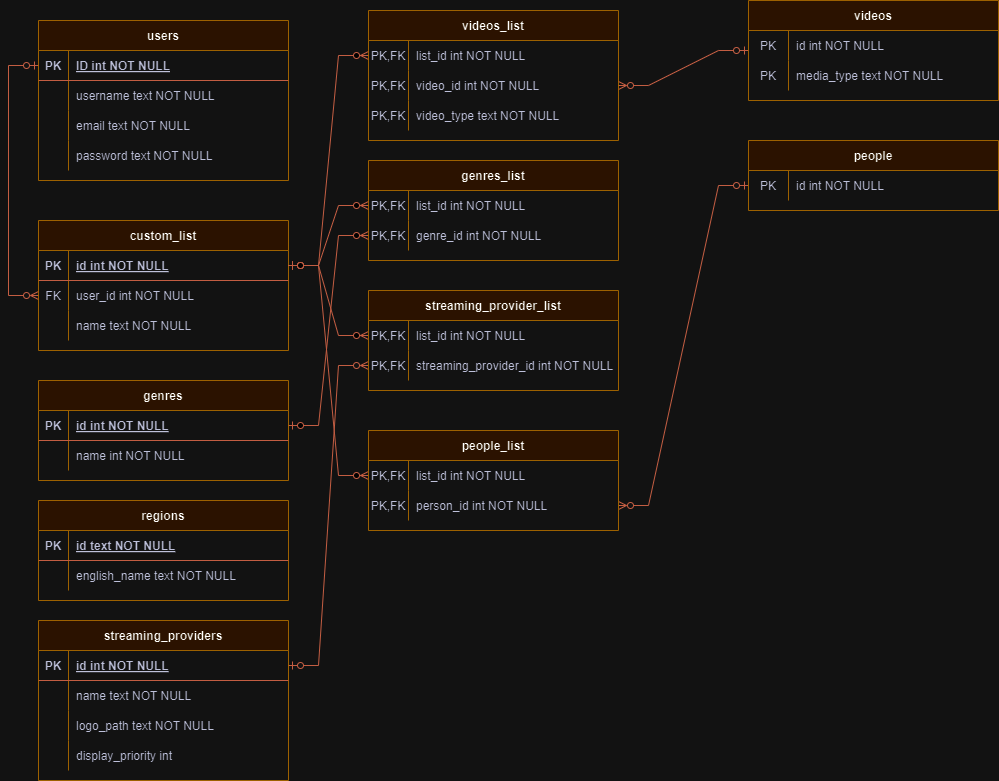
Earlier version of the draw.io export schema.png (jesus-b32/Global-Streaming-Search). Source tidied: cells renumbered, new cells last; positions are measured from the earlier drawing's top-left corner, leaving out a move shared by most shapes.
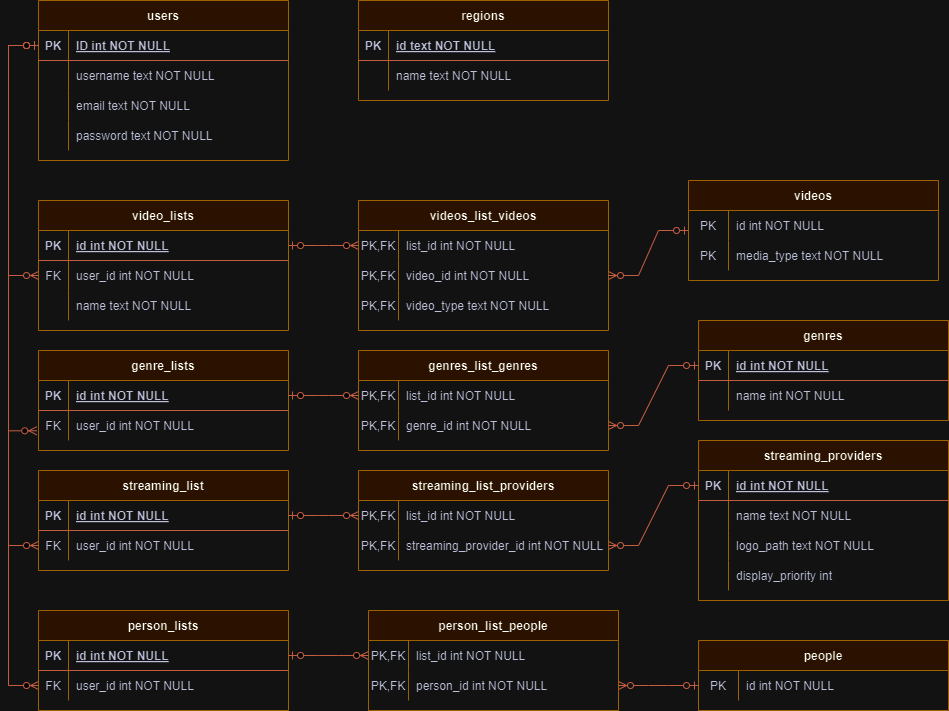
The same diagram one commit later.

Commit message:
updated my schema to reflect models I am working on

The edit, as a diff of the source:
```diff
@@ -5,3 +5,3 @@
     <mxCell id="2" value="genres" style="shape=table;startSize=30;rowLines=0;fontStyle=1;align=center;labelBackgroundColor=none;fillColor=#ffe6cc;strokeColor=#d79b00;" parent="1" vertex="1">
-      <mxGeometry x="30" y="380" width="250" height="100" as="geometry" />
+      <mxGeometry x="690" y="340" width="250" height="100" as="geometry" />
     </mxCell>
@@ -65,3 +65,3 @@
     <mxCell id="22" value="streaming_providers" style="shape=table;startSize=30;rowLines=0;fontStyle=1;align=center;labelBackgroundColor=none;fillColor=#ffe6cc;strokeColor=#d79b00;" parent="1" vertex="1">
-      <mxGeometry x="30" y="620" width="250" height="160" as="geometry" />
+      <mxGeometry x="690" y="460" width="250" height="160" as="geometry" />
     </mxCell>
@@ -104,3 +104,3 @@
     <mxCell id="35" value="regions" style="shape=table;startSize=30;rowLines=0;fontStyle=1;align=center;labelBackgroundColor=none;fillColor=#ffe6cc;strokeColor=#d79b00;" parent="1" vertex="1">
-      <mxGeometry x="30" y="500" width="250" height="100" as="geometry" />
+      <mxGeometry x="350" y="20" width="250" height="100" as="geometry" />
     </mxCell>
@@ -121,7 +121,7 @@
     </mxCell>
-    <mxCell id="41" value="english_name text NOT NULL" style="shape=partialRectangle;overflow=hidden;fillColor=none;top=0;left=0;bottom=0;right=0;align=left;spacingLeft=6;labelBackgroundColor=none;strokeColor=#E07A5F;fontColor=#393C56;" parent="39" vertex="1">
+    <mxCell id="41" value="name text NOT NULL" style="shape=partialRectangle;overflow=hidden;fillColor=none;top=0;left=0;bottom=0;right=0;align=left;spacingLeft=6;labelBackgroundColor=none;strokeColor=#E07A5F;fontColor=#393C56;" parent="39" vertex="1">
       <mxGeometry x="30" width="220" height="30" as="geometry" />
     </mxCell>
-    <mxCell id="42" value="videos_list" style="shape=table;startSize=30;rowLines=0;fontStyle=1;align=center;labelBackgroundColor=none;fillColor=#ffe6cc;strokeColor=#d79b00;" parent="1" vertex="1">
-      <mxGeometry x="360" y="10" width="250" height="130" as="geometry" />
+    <mxCell id="42" value="videos_list_videos" style="shape=table;startSize=30;rowLines=0;fontStyle=1;align=center;labelBackgroundColor=none;fillColor=#ffe6cc;strokeColor=#d79b00;" parent="1" vertex="1">
+      <mxGeometry x="350" y="220" width="250" height="130" as="geometry" />
     </mxCell>
@@ -154,4 +154,4 @@
     </mxCell>
-    <mxCell id="52" value="genres_list" style="shape=table;startSize=30;rowLines=0;fontStyle=1;align=center;labelBackgroundColor=none;fillColor=#ffe6cc;strokeColor=#d79b00;" parent="1" vertex="1">
-      <mxGeometry x="360" y="160" width="250" height="100" as="geometry" />
+    <mxCell id="52" value="genres_list_genres" style="shape=table;startSize=30;rowLines=0;fontStyle=1;align=center;labelBackgroundColor=none;fillColor=#ffe6cc;strokeColor=#d79b00;" parent="1" vertex="1">
+      <mxGeometry x="350" y="370" width="250" height="100" as="geometry" />
     </mxCell>
@@ -175,3 +175,3 @@
     </mxCell>
-    <mxCell id="59" value="custom_list" style="shape=table;startSize=30;rowLines=0;fontStyle=1;align=center;labelBackgroundColor=none;fillColor=#ffe6cc;strokeColor=#d79b00;" parent="1" vertex="1">
+    <mxCell id="59" value="video_lists" style="shape=table;startSize=30;rowLines=0;fontStyle=1;align=center;labelBackgroundColor=none;fillColor=#ffe6cc;strokeColor=#d79b00;" parent="1" vertex="1">
       <mxGeometry x="30" y="220" width="250" height="130" as="geometry" />
@@ -216,5 +216,2 @@
     </mxCell>
-    <mxCell id="71" style="edgeStyle=entityRelationEdgeStyle;fontSize=12;html=1;endArrow=ERzeroToMany;startArrow=ERzeroToOne;rounded=0;strokeColor=#E07A5F;fontColor=default;fillColor=#F2CC8F;entryX=0;entryY=0.5;entryDx=0;entryDy=0;labelBackgroundColor=none;" parent="1" edge="1" source="60" target="53">
-      <mxGeometry relative="1" as="geometry" />
-    </mxCell>
     <mxCell id="72" style="edgeStyle=entityRelationEdgeStyle;fontSize=12;html=1;endArrow=ERzeroToOne;startArrow=ERzeroToMany;rounded=0;strokeColor=#E07A5F;fontColor=default;fillColor=#F2CC8F;entryX=0;entryY=0.5;entryDx=0;entryDy=0;exitX=1;exitY=0.5;exitDx=0;exitDy=0;startFill=0;endFill=0;labelBackgroundColor=none;" parent="1" edge="1" source="46" target="78">
@@ -222,19 +219,4 @@
     </mxCell>
-    <mxCell id="73" style="edgeStyle=entityRelationEdgeStyle;fontSize=12;html=1;endArrow=ERzeroToMany;startArrow=ERzeroToOne;rounded=0;strokeColor=#E07A5F;fontColor=default;fillColor=#F2CC8F;exitX=1;exitY=0.5;exitDx=0;exitDy=0;entryX=0;entryY=0.5;entryDx=0;entryDy=0;labelBackgroundColor=none;" parent="1" edge="1" source="3" target="56">
-      <mxGeometry relative="1" as="geometry" />
-    </mxCell>
-    <mxCell id="74" style="edgeStyle=entityRelationEdgeStyle;fontSize=12;html=1;endArrow=ERzeroToMany;startArrow=ERzeroToOne;rounded=0;strokeColor=#E07A5F;fontColor=default;fillColor=#F2CC8F;exitX=1;exitY=0.5;exitDx=0;exitDy=0;entryX=0;entryY=0.5;entryDx=0;entryDy=0;labelBackgroundColor=none;" parent="1" edge="1" source="60" target="86">
-      <mxGeometry relative="1" as="geometry" />
-    </mxCell>
-    <mxCell id="75" style="edgeStyle=entityRelationEdgeStyle;fontSize=12;html=1;endArrow=ERzeroToMany;startArrow=ERzeroToOne;rounded=0;strokeColor=#E07A5F;fontColor=default;fillColor=#F2CC8F;startFill=0;endFill=0;labelBackgroundColor=none;entryX=0;entryY=0.5;entryDx=0;entryDy=0;exitX=1;exitY=0.5;exitDx=0;exitDy=0;" parent="1" edge="1" source="23" target="89">
-      <mxGeometry relative="1" as="geometry" />
-    </mxCell>
-    <mxCell id="76" style="edgeStyle=entityRelationEdgeStyle;fontSize=12;html=1;endArrow=ERzeroToOne;startArrow=ERzeroToMany;rounded=0;strokeColor=#E07A5F;fontColor=default;fillColor=#F2CC8F;entryX=0;entryY=0.5;entryDx=0;entryDy=0;exitX=1;exitY=0.5;exitDx=0;exitDy=0;startFill=0;endFill=0;labelBackgroundColor=none;" parent="1" edge="1" source="96" target="100">
-      <mxGeometry relative="1" as="geometry" />
-    </mxCell>
-    <mxCell id="77" style="edgeStyle=entityRelationEdgeStyle;fontSize=12;html=1;endArrow=ERzeroToMany;startArrow=ERzeroToOne;rounded=0;strokeColor=#E07A5F;fontColor=default;fillColor=#F2CC8F;exitX=1;exitY=0.5;exitDx=0;exitDy=0;entryX=0;entryY=0.5;entryDx=0;entryDy=0;labelBackgroundColor=none;" parent="1" edge="1" source="60" target="93">
-      <mxGeometry relative="1" as="geometry" />
-    </mxCell>
     <mxCell id="78" value="videos" style="shape=table;startSize=30;rowLines=0;fontStyle=1;align=center;labelBackgroundColor=none;fillColor=#ffe6cc;strokeColor=#d79b00;" parent="1" vertex="1">
-      <mxGeometry x="740" width="250" height="100" as="geometry" />
+      <mxGeometry x="680" y="200" width="250" height="100" as="geometry" />
     </mxCell>
@@ -258,4 +240,4 @@
     </mxCell>
-    <mxCell id="85" value="streaming_provider_list" style="shape=table;startSize=30;rowLines=0;fontStyle=1;align=center;labelBackgroundColor=none;fillColor=#ffe6cc;strokeColor=#d79b00;" parent="1" vertex="1">
-      <mxGeometry x="360" y="290" width="250" height="100" as="geometry" />
+    <mxCell id="85" value="streaming_list_providers" style="shape=table;startSize=30;rowLines=0;fontStyle=1;align=center;labelBackgroundColor=none;fillColor=#ffe6cc;strokeColor=#d79b00;" parent="1" vertex="1">
+      <mxGeometry x="350" y="490" width="250" height="100" as="geometry" />
     </mxCell>
@@ -279,4 +261,4 @@
     </mxCell>
-    <mxCell id="92" value="people_list" style="shape=table;startSize=30;rowLines=0;fontStyle=1;align=center;labelBackgroundColor=none;fillColor=#ffe6cc;strokeColor=#d79b00;" parent="1" vertex="1">
-      <mxGeometry x="360" y="430" width="250" height="100" as="geometry" />
+    <mxCell id="92" value="person_list_people" style="shape=table;startSize=30;rowLines=0;fontStyle=1;align=center;labelBackgroundColor=none;fillColor=#ffe6cc;strokeColor=#d79b00;" parent="1" vertex="1">
+      <mxGeometry x="360" y="630" width="250" height="100" as="geometry" />
     </mxCell>
@@ -301,3 +283,3 @@
     <mxCell id="99" value="people" style="shape=table;startSize=30;rowLines=0;fontStyle=1;align=center;labelBackgroundColor=none;fillColor=#ffe6cc;strokeColor=#d79b00;" parent="1" vertex="1">
-      <mxGeometry x="740" y="140" width="250" height="70" as="geometry" />
+      <mxGeometry x="690" y="660" width="250" height="70" as="geometry" />
     </mxCell>
@@ -312,2 +294,107 @@
     </mxCell>
+    <mxCell id="103" value="genre_lists" style="shape=table;startSize=30;rowLines=0;fontStyle=1;align=center;labelBackgroundColor=none;fillColor=#ffe6cc;strokeColor=#d79b00;" parent="1" vertex="1">
+      <mxGeometry x="30" y="370" width="250" height="100" as="geometry" />
+    </mxCell>
+    <mxCell id="104" style="shape=partialRectangle;fillColor=none;points=[[0,0.5],[1,0.5]];portConstraint=eastwest;top=0;left=0;right=0;bottom=1;labelBackgroundColor=none;strokeColor=#E07A5F;fontColor=#393C56;" parent="103" vertex="1">
+      <mxGeometry y="30" width="250" height="30" as="geometry" />
+    </mxCell>
+    <mxCell id="105" value="PK" style="shape=partialRectangle;overflow=hidden;fillColor=none;top=0;left=0;bottom=0;right=0;fontStyle=1;labelBackgroundColor=none;strokeColor=#E07A5F;fontColor=#393C56;" parent="104" vertex="1">
+      <mxGeometry width="30" height="30" as="geometry" />
+    </mxCell>
+    <mxCell id="106" value="id int NOT NULL " style="shape=partialRectangle;overflow=hidden;fillColor=none;top=0;left=0;bottom=0;right=0;align=left;spacingLeft=6;fontStyle=5;labelBackgroundColor=none;strokeColor=#E07A5F;fontColor=#393C56;" parent="104" vertex="1">
+      <mxGeometry x="30" width="220" height="30" as="geometry" />
+    </mxCell>
+    <mxCell id="107" style="shape=partialRectangle;fillColor=none;points=[[0,0.5],[1,0.5]];portConstraint=eastwest;top=0;left=0;right=0;bottom=0;labelBackgroundColor=none;strokeColor=#E07A5F;fontColor=#393C56;" parent="103" vertex="1">
+      <mxGeometry y="60" width="250" height="30" as="geometry" />
+    </mxCell>
+    <mxCell id="108" value="FK" style="shape=partialRectangle;overflow=hidden;fillColor=none;top=0;left=0;bottom=0;right=0;labelBackgroundColor=none;strokeColor=#E07A5F;fontColor=#393C56;" parent="107" vertex="1">
+      <mxGeometry width="30" height="30" as="geometry" />
+    </mxCell>
+    <mxCell id="109" value="user_id int NOT NULL" style="shape=partialRectangle;overflow=hidden;fillColor=none;top=0;left=0;bottom=0;right=0;align=left;spacingLeft=6;labelBackgroundColor=none;strokeColor=#E07A5F;fontColor=#393C56;" parent="107" vertex="1">
+      <mxGeometry x="30" width="220" height="30" as="geometry" />
+    </mxCell>
+    <mxCell id="110" value="streaming_list" style="shape=table;startSize=30;rowLines=0;fontStyle=1;align=center;labelBackgroundColor=none;fillColor=#ffe6cc;strokeColor=#d79b00;" parent="1" vertex="1">
+      <mxGeometry x="30" y="490" width="250" height="100" as="geometry" />
+    </mxCell>
+    <mxCell id="111" style="shape=partialRectangle;fillColor=none;points=[[0,0.5],[1,0.5]];portConstraint=eastwest;top=0;left=0;right=0;bottom=1;labelBackgroundColor=none;strokeColor=#E07A5F;fontColor=#393C56;" parent="110" vertex="1">
+      <mxGeometry y="30" width="250" height="30" as="geometry" />
+    </mxCell>
+    <mxCell id="112" value="PK" style="shape=partialRectangle;overflow=hidden;fillColor=none;top=0;left=0;bottom=0;right=0;fontStyle=1;labelBackgroundColor=none;strokeColor=#E07A5F;fontColor=#393C56;" parent="111" vertex="1">
+      <mxGeometry width="30" height="30" as="geometry" />
+    </mxCell>
+    <mxCell id="113" value="id int NOT NULL " style="shape=partialRectangle;overflow=hidden;fillColor=none;top=0;left=0;bottom=0;right=0;align=left;spacingLeft=6;fontStyle=5;labelBackgroundColor=none;strokeColor=#E07A5F;fontColor=#393C56;" parent="111" vertex="1">
+      <mxGeometry x="30" width="220" height="30" as="geometry" />
+    </mxCell>
+    <mxCell id="114" style="shape=partialRectangle;fillColor=none;points=[[0,0.5],[1,0.5]];portConstraint=eastwest;top=0;left=0;right=0;bottom=0;labelBackgroundColor=none;strokeColor=#E07A5F;fontColor=#393C56;" parent="110" vertex="1">
+      <mxGeometry y="60" width="250" height="30" as="geometry" />
+    </mxCell>
+    <mxCell id="115" value="FK" style="shape=partialRectangle;overflow=hidden;fillColor=none;top=0;left=0;bottom=0;right=0;labelBackgroundColor=none;strokeColor=#E07A5F;fontColor=#393C56;" parent="114" vertex="1">
+      <mxGeometry width="30" height="30" as="geometry" />
+    </mxCell>
+    <mxCell id="116" value="user_id int NOT NULL" style="shape=partialRectangle;overflow=hidden;fillColor=none;top=0;left=0;bottom=0;right=0;align=left;spacingLeft=6;labelBackgroundColor=none;strokeColor=#E07A5F;fontColor=#393C56;" parent="114" vertex="1">
+      <mxGeometry x="30" width="220" height="30" as="geometry" />
+    </mxCell>
+    <mxCell id="117" style="edgeStyle=entityRelationEdgeStyle;fontSize=12;html=1;endArrow=ERzeroToMany;startArrow=ERzeroToOne;rounded=0;strokeColor=#E07A5F;fontColor=default;fillColor=#F2CC8F;entryX=0;entryY=0.5;entryDx=0;entryDy=0;labelBackgroundColor=none;exitX=1;exitY=0.5;exitDx=0;exitDy=0;" parent="1" edge="1" source="104" target="53">
+      <mxGeometry relative="1" as="geometry" />
+    </mxCell>
+    <mxCell id="118" style="edgeStyle=entityRelationEdgeStyle;fontSize=12;html=1;endArrow=ERzeroToMany;startArrow=ERzeroToOne;rounded=0;strokeColor=#E07A5F;fontColor=default;fillColor=#F2CC8F;entryX=0;entryY=0.5;entryDx=0;entryDy=0;labelBackgroundColor=none;exitX=1;exitY=0.5;exitDx=0;exitDy=0;" parent="1" edge="1" source="111" target="86">
+      <mxGeometry relative="1" as="geometry" />
+    </mxCell>
+    <mxCell id="119" value="person_lists" style="shape=table;startSize=30;rowLines=0;fontStyle=1;align=center;labelBackgroundColor=none;fillColor=#ffe6cc;strokeColor=#d79b00;" parent="1" vertex="1">
+      <mxGeometry x="30" y="630" width="250" height="100" as="geometry" />
+    </mxCell>
+    <mxCell id="120" style="shape=partialRectangle;fillColor=none;points=[[0,0.5],[1,0.5]];portConstraint=eastwest;top=0;left=0;right=0;bottom=1;labelBackgroundColor=none;strokeColor=#E07A5F;fontColor=#393C56;" parent="119" vertex="1">
+      <mxGeometry y="30" width="250" height="30" as="geometry" />
+    </mxCell>
+    <mxCell id="121" value="PK" style="shape=partialRectangle;overflow=hidden;fillColor=none;top=0;left=0;bottom=0;right=0;fontStyle=1;labelBackgroundColor=none;strokeColor=#E07A5F;fontColor=#393C56;" parent="120" vertex="1">
+      <mxGeometry width="30" height="30" as="geometry" />
+    </mxCell>
+    <mxCell id="122" value="id int NOT NULL " style="shape=partialRectangle;overflow=hidden;fillColor=none;top=0;left=0;bottom=0;right=0;align=left;spacingLeft=6;fontStyle=5;labelBackgroundColor=none;strokeColor=#E07A5F;fontColor=#393C56;" parent="120" vertex="1">
+      <mxGeometry x="30" width="220" height="30" as="geometry" />
+    </mxCell>
+    <mxCell id="123" style="shape=partialRectangle;fillColor=none;points=[[0,0.5],[1,0.5]];portConstraint=eastwest;top=0;left=0;right=0;bottom=0;labelBackgroundColor=none;strokeColor=#E07A5F;fontColor=#393C56;" parent="119" vertex="1">
+      <mxGeometry y="60" width="250" height="30" as="geometry" />
+    </mxCell>
+    <mxCell id="124" value="FK" style="shape=partialRectangle;overflow=hidden;fillColor=none;top=0;left=0;bottom=0;right=0;labelBackgroundColor=none;strokeColor=#E07A5F;fontColor=#393C56;" parent="123" vertex="1">
+      <mxGeometry width="30" height="30" as="geometry" />
+    </mxCell>
+    <mxCell id="125" value="user_id int NOT NULL" style="shape=partialRectangle;overflow=hidden;fillColor=none;top=0;left=0;bottom=0;right=0;align=left;spacingLeft=6;labelBackgroundColor=none;strokeColor=#E07A5F;fontColor=#393C56;" parent="123" vertex="1">
+      <mxGeometry x="30" width="220" height="30" as="geometry" />
+    </mxCell>
+    <mxCell id="126" style="edgeStyle=entityRelationEdgeStyle;fontSize=12;html=1;endArrow=ERzeroToMany;startArrow=ERzeroToOne;rounded=0;strokeColor=#E07A5F;fontColor=default;fillColor=#F2CC8F;entryX=0;entryY=0.5;entryDx=0;entryDy=0;labelBackgroundColor=none;exitX=1;exitY=0.5;exitDx=0;exitDy=0;" parent="1" edge="1" source="120" target="93">
+      <mxGeometry relative="1" as="geometry" />
+    </mxCell>
+    <mxCell id="127" style="edgeStyle=entityRelationEdgeStyle;fontSize=12;html=1;endArrow=ERzeroToOne;startArrow=ERzeroToMany;rounded=0;strokeColor=#E07A5F;fontColor=default;fillColor=#F2CC8F;entryX=0;entryY=0.5;entryDx=0;entryDy=0;exitX=1;exitY=0.5;exitDx=0;exitDy=0;startFill=0;endFill=0;labelBackgroundColor=none;" parent="1" edge="1" source="56" target="3">
+      <mxGeometry relative="1" as="geometry" />
+    </mxCell>
+    <mxCell id="128" style="edgeStyle=entityRelationEdgeStyle;fontSize=12;html=1;endArrow=ERzeroToOne;startArrow=ERzeroToMany;rounded=0;strokeColor=#E07A5F;fontColor=default;fillColor=#F2CC8F;entryX=0;entryY=0.5;entryDx=0;entryDy=0;exitX=1;exitY=0.5;exitDx=0;exitDy=0;startFill=0;endFill=0;labelBackgroundColor=none;" parent="1" edge="1" source="89" target="23">
+      <mxGeometry relative="1" as="geometry" />
+    </mxCell>
+    <mxCell id="76" style="edgeStyle=entityRelationEdgeStyle;fontSize=12;html=1;endArrow=ERzeroToOne;startArrow=ERzeroToMany;rounded=0;strokeColor=#E07A5F;fontColor=default;fillColor=#F2CC8F;entryX=0;entryY=0.5;entryDx=0;entryDy=0;exitX=1;exitY=0.5;exitDx=0;exitDy=0;startFill=0;endFill=0;labelBackgroundColor=none;" parent="1" edge="1" source="96" target="100">
+      <mxGeometry relative="1" as="geometry" />
+    </mxCell>
+    <mxCell id="129" style="edgeStyle=orthogonalEdgeStyle;fontSize=12;html=1;endArrow=ERzeroToMany;startArrow=ERzeroToOne;rounded=0;strokeColor=#E07A5F;fontColor=default;fillColor=#F2CC8F;entryX=-0.007;entryY=0.676;entryDx=0;entryDy=0;labelBackgroundColor=none;entryPerimeter=0;exitX=0;exitY=0.5;exitDx=0;exitDy=0;" parent="1" edge="1" source="10" target="107">
+      <mxGeometry relative="1" as="geometry">
+        <Array as="points">
+          <mxPoint y="65" />
+          <mxPoint y="450" />
+        </Array>
+      </mxGeometry>
+    </mxCell>
+    <mxCell id="130" style="edgeStyle=orthogonalEdgeStyle;fontSize=12;html=1;endArrow=ERzeroToMany;startArrow=ERzeroToOne;rounded=0;strokeColor=#E07A5F;fontColor=default;fillColor=#F2CC8F;entryX=0;entryY=0.5;entryDx=0;entryDy=0;labelBackgroundColor=none;exitX=0;exitY=0.5;exitDx=0;exitDy=0;" parent="1" edge="1" source="10" target="114">
+      <mxGeometry relative="1" as="geometry">
+        <Array as="points">
+          <mxPoint y="65" />
+          <mxPoint y="565" />
+        </Array>
+      </mxGeometry>
+    </mxCell>
+    <mxCell id="131" style="edgeStyle=orthogonalEdgeStyle;fontSize=12;html=1;endArrow=ERzeroToMany;startArrow=ERzeroToOne;rounded=0;strokeColor=#E07A5F;fontColor=default;fillColor=#F2CC8F;entryX=0;entryY=0.5;entryDx=0;entryDy=0;labelBackgroundColor=none;exitX=0;exitY=0.5;exitDx=0;exitDy=0;" parent="1" edge="1" source="10" target="123">
+      <mxGeometry relative="1" as="geometry">
+        <Array as="points">
+          <mxPoint y="65" />
+          <mxPoint y="705" />
+        </Array>
+      </mxGeometry>
+    </mxCell>
   </root>
```
